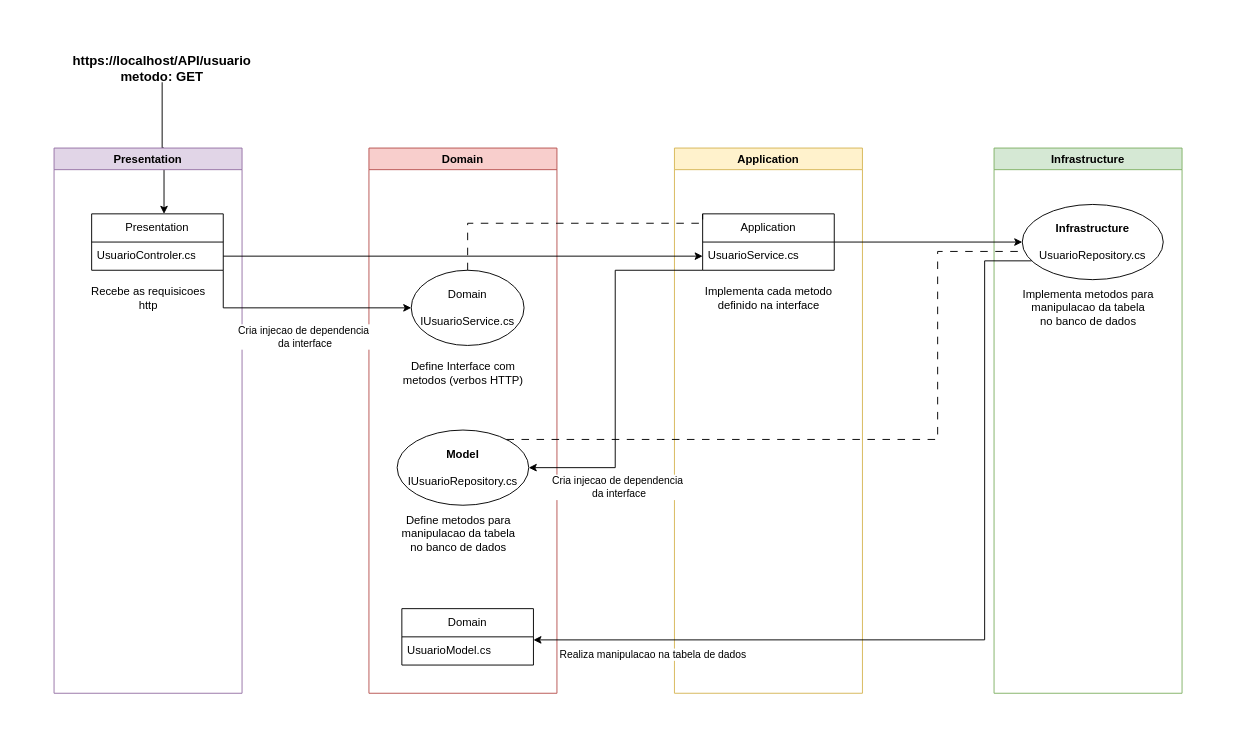
This is PUC_eixo06_fluxoApp.drawio from Allandpn/PUCMInas-Eixo06, a draw.io file, before an edit. Source tidied: cells renumbered, new cells numbered last; positions are measured from the earlier drawing's top-left corner, leaving out a move shared by most shapes. Both pictures are drawn from the tidied source at 94%, with x=0, y=0 at pixel (54, 54).
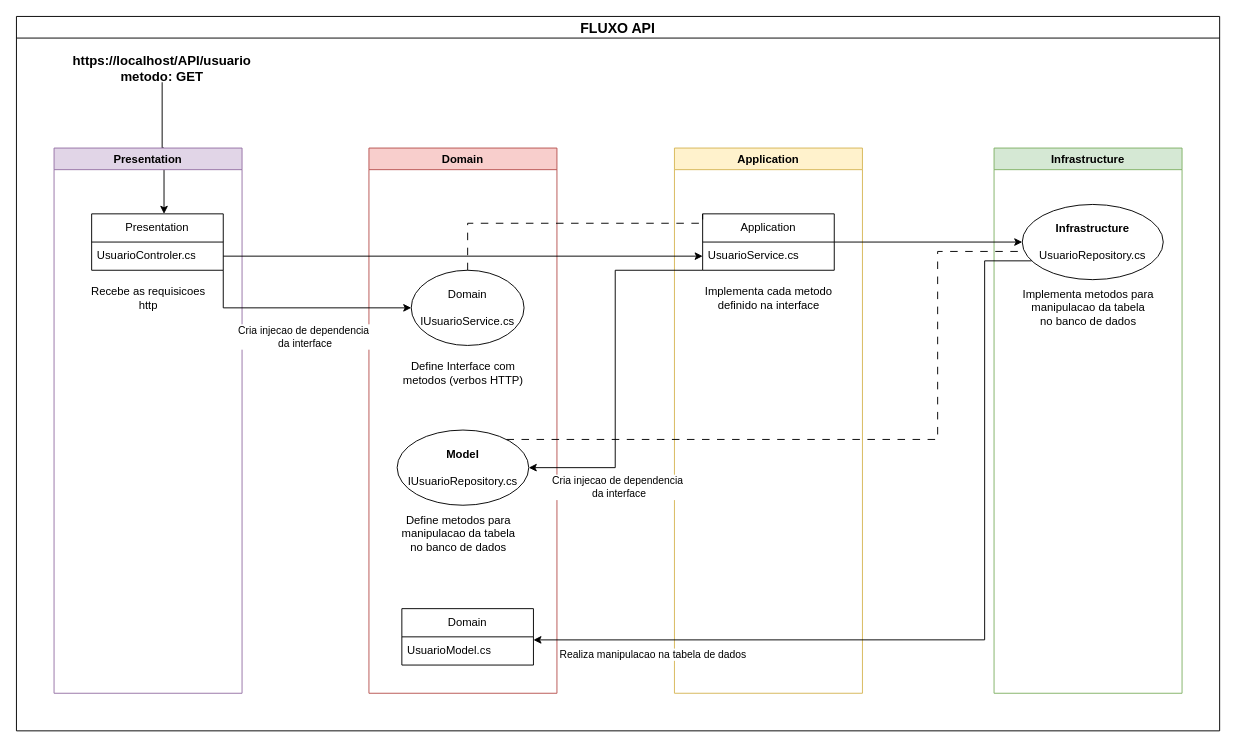
The same diagram, later.

The edit, as a diff of the source:
```diff
@@
+    <mxCell id="32" value="&lt;font style=&quot;font-size: 15px;&quot;&gt;FLUXO API&lt;/font&gt;" style="swimlane;whiteSpace=wrap;html=1;" parent="1" vertex="1">
+      <mxGeometry x="-40" y="-40" width="1280" height="760" as="geometry" />
+    </mxCell>
```
